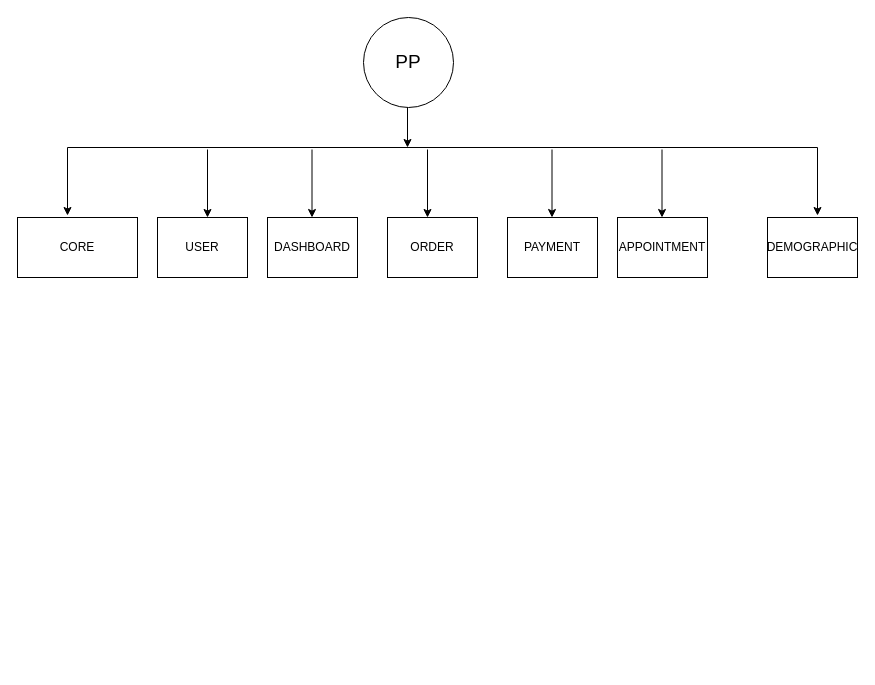
The draw.io diagram Untitled Diagram.drawio in manishnegi94/gitBranch, before the edit. Source tidied: cells renumbered, new cells numbered last; positions are measured from the earlier drawing's top-left corner, leaving out a move shared by most shapes. Both pictures are drawn from the tidied source at 100%, with x=0, y=0 at pixel (17, 17).
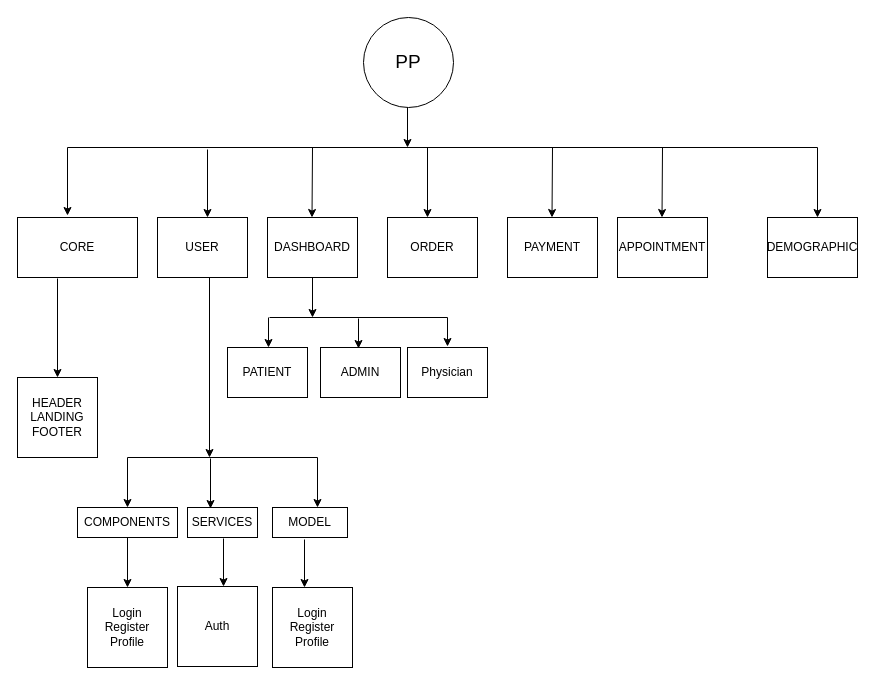
The same page after the edit.

The change refers to these unchanged cells:
```xml
<mxCell id="9" value="DASHBOARD" style="rounded=0;whiteSpace=wrap;html=1;" parent="1" vertex="1">
  <mxGeometry x="250" y="200" width="90" height="60" as="geometry" />
</mxCell>
```

Change to the diagram source:
```diff
@@
     <mxCell id="10" style="endArrow=classic;html=1;" parent="1" edge="1">
       <mxGeometry relative="1" as="geometry">
-        <mxPoint x="294.5" y="132" as="sourcePoint" />
+        <mxPoint x="295" y="130" as="sourcePoint" />
         <mxPoint x="294.5" y="200" as="targetPoint" />
       </mxGeometry>
     </mxCell>
@@
     <mxCell id="12" style="endArrow=classic;html=1;" parent="1" edge="1">
       <mxGeometry relative="1" as="geometry">
-        <mxPoint x="410" y="132" as="sourcePoint" />
+        <mxPoint x="410" y="130" as="sourcePoint" />
         <mxPoint x="410" y="200" as="targetPoint" />
       </mxGeometry>
     </mxCell>
@@
     <mxCell id="14" style="endArrow=classic;html=1;" parent="1" edge="1">
       <mxGeometry relative="1" as="geometry">
-        <mxPoint x="534.5" y="132" as="sourcePoint" />
+        <mxPoint x="535" y="130" as="sourcePoint" />
         <mxPoint x="534.5" y="200" as="targetPoint" />
       </mxGeometry>
     </mxCell>
@@
     <mxCell id="16" style="endArrow=classic;html=1;" parent="1" edge="1">
       <mxGeometry relative="1" as="geometry">
-        <mxPoint x="644.5" y="132" as="sourcePoint" />
+        <mxPoint x="645" y="130" as="sourcePoint" />
         <mxPoint x="644.5" y="200" as="targetPoint" />
       </mxGeometry>
     </mxCell>
@@
     <mxCell id="18" style="endArrow=classic;html=1;" parent="1" edge="1">
       <mxGeometry relative="1" as="geometry">
         <mxPoint x="800" y="130" as="sourcePoint" />
-        <mxPoint x="800" y="198" as="targetPoint" />
+        <mxPoint x="800" y="200" as="targetPoint" />
       </mxGeometry>
     </mxCell>
+    <mxCell id="19" style="endArrow=classic;html=1;exitX=0.5;exitY=1;exitDx=0;exitDy=0;" parent="1" edge="1" source="9">
+      <mxGeometry relative="1" as="geometry">
+        <mxPoint x="295" y="300" as="targetPoint" />
+        <Array as="points">
+          <mxPoint x="295" y="260" />
+        </Array>
+      </mxGeometry>
+    </mxCell>
+    <mxCell id="20" value="PATIENT" style="rounded=0;whiteSpace=wrap;html=1;" parent="1" vertex="1">
+      <mxGeometry x="210" y="330" width="80" height="50" as="geometry" />
+    </mxCell>
+    <mxCell id="21" style="endArrow=none;html=1;" parent="1" edge="1">
+      <mxGeometry relative="1" as="geometry">
+        <mxPoint x="252" y="300" as="sourcePoint" />
+        <mxPoint x="430" y="300" as="targetPoint" />
+      </mxGeometry>
+    </mxCell>
+    <mxCell id="22" style="endArrow=classic;html=1;" parent="1" edge="1">
+      <mxGeometry relative="1" as="geometry">
+        <mxPoint x="251" y="300" as="sourcePoint" />
+        <mxPoint x="251" y="330" as="targetPoint" />
+      </mxGeometry>
+    </mxCell>
+    <mxCell id="23" value="ADMIN" style="rounded=0;whiteSpace=wrap;html=1;" parent="1" vertex="1">
+      <mxGeometry x="303" y="330" width="80" height="50" as="geometry" />
+    </mxCell>
+    <mxCell id="24" style="endArrow=classic;html=1;" parent="1" edge="1">
+      <mxGeometry relative="1" as="geometry">
+        <mxPoint x="341" y="301" as="sourcePoint" />
+        <mxPoint x="341" y="331" as="targetPoint" />
+      </mxGeometry>
+    </mxCell>
+    <mxCell id="25" value="Physician" style="rounded=0;whiteSpace=wrap;html=1;" parent="1" vertex="1">
+      <mxGeometry x="390" y="330" width="80" height="50" as="geometry" />
+    </mxCell>
+    <mxCell id="26" style="endArrow=classic;html=1;" parent="1" edge="1">
+      <mxGeometry relative="1" as="geometry">
+        <mxPoint x="430" y="300" as="sourcePoint" />
+        <mxPoint x="430" y="329" as="targetPoint" />
+      </mxGeometry>
+    </mxCell>
+    <mxCell id="27" value="HEADER&lt;br&gt;LANDING&lt;br&gt;FOOTER" style="whiteSpace=wrap;html=1;" parent="1" vertex="1">
+      <mxGeometry y="360" width="80" height="80" as="geometry" />
+    </mxCell>
+    <mxCell id="28" style="endArrow=classic;html=1;" parent="1" edge="1">
+      <mxGeometry relative="1" as="geometry">
+        <mxPoint x="40" y="261" as="sourcePoint" />
+        <mxPoint x="40" y="360" as="targetPoint" />
+      </mxGeometry>
+    </mxCell>
+    <mxCell id="29" style="endArrow=classic;html=1;" parent="1" edge="1">
+      <mxGeometry relative="1" as="geometry">
+        <mxPoint x="192" y="260" as="sourcePoint" />
+        <mxPoint x="192" y="440" as="targetPoint" />
+      </mxGeometry>
+    </mxCell>
+    <mxCell id="30" style="endArrow=none;html=1;" parent="1" edge="1">
+      <mxGeometry relative="1" as="geometry">
+        <mxPoint x="110" y="440" as="sourcePoint" />
+        <mxPoint x="300" y="440" as="targetPoint" />
+      </mxGeometry>
+    </mxCell>
+    <mxCell id="31" style="endArrow=classic;html=1;" parent="1" edge="1">
+      <mxGeometry relative="1" as="geometry">
+        <mxPoint x="110" y="440" as="sourcePoint" />
+        <mxPoint x="110" y="490" as="targetPoint" />
+      </mxGeometry>
+    </mxCell>
+    <mxCell id="32" value="COMPONENTS" style="rounded=0;whiteSpace=wrap;html=1;" parent="1" vertex="1">
+      <mxGeometry x="60" y="490" width="100" height="30" as="geometry" />
+    </mxCell>
+    <mxCell id="33" style="endArrow=classic;html=1;" parent="1" edge="1">
+      <mxGeometry relative="1" as="geometry">
+        <mxPoint x="193" y="441" as="sourcePoint" />
+        <mxPoint x="193" y="491" as="targetPoint" />
+      </mxGeometry>
+    </mxCell>
+    <mxCell id="34" value="SERVICES" style="rounded=0;whiteSpace=wrap;html=1;" parent="1" vertex="1">
+      <mxGeometry x="170" y="490" width="70" height="30" as="geometry" />
+    </mxCell>
+    <mxCell id="35" value="MODEL" style="rounded=0;whiteSpace=wrap;html=1;" parent="1" vertex="1">
+      <mxGeometry x="255" y="490" width="75" height="30" as="geometry" />
+    </mxCell>
+    <mxCell id="36" style="endArrow=classic;html=1;" parent="1" edge="1">
+      <mxGeometry relative="1" as="geometry">
+        <mxPoint x="300" y="440" as="sourcePoint" />
+        <mxPoint x="300" y="490" as="targetPoint" />
+      </mxGeometry>
+    </mxCell>
+    <mxCell id="37" style="endArrow=classic;html=1;exitX=0.5;exitY=1;exitDx=0;exitDy=0;" parent="1" edge="1" source="32">
+      <mxGeometry relative="1" as="geometry">
+        <mxPoint x="110" y="570" as="targetPoint" />
+      </mxGeometry>
+    </mxCell>
+    <mxCell id="38" value="Login&lt;br&gt;Register&lt;br&gt;Profile" style="whiteSpace=wrap;html=1;" parent="1" vertex="1">
+      <mxGeometry x="70" y="570" width="80" height="80" as="geometry" />
+    </mxCell>
+    <mxCell id="39" style="endArrow=classic;html=1;exitX=0.42;exitY=1.067;exitDx=0;exitDy=0;exitPerimeter=0;" parent="1" edge="1">
+      <mxGeometry relative="1" as="geometry">
+        <mxPoint x="206" y="521" as="sourcePoint" />
+        <mxPoint x="206" y="569" as="targetPoint" />
+      </mxGeometry>
+    </mxCell>
+    <mxCell id="40" value="Auth" style="whiteSpace=wrap;html=1;" parent="1" vertex="1">
+      <mxGeometry x="160" y="569" width="80" height="80" as="geometry" />
+    </mxCell>
+    <mxCell id="41" value="Login&lt;br&gt;Register&lt;br&gt;Profile" style="whiteSpace=wrap;html=1;" parent="1" vertex="1">
+      <mxGeometry x="255" y="570" width="80" height="80" as="geometry" />
+    </mxCell>
+    <mxCell id="42" style="endArrow=classic;html=1;exitX=0.427;exitY=1.1;exitDx=0;exitDy=0;exitPerimeter=0;entryX=0.4;entryY=0.013;entryDx=0;entryDy=0;entryPerimeter=0;" parent="1" edge="1">
+      <mxGeometry relative="1" as="geometry">
+        <mxPoint x="287" y="522" as="sourcePoint" />
+        <mxPoint x="287" y="570" as="targetPoint" />
+      </mxGeometry>
+    </mxCell>
```
